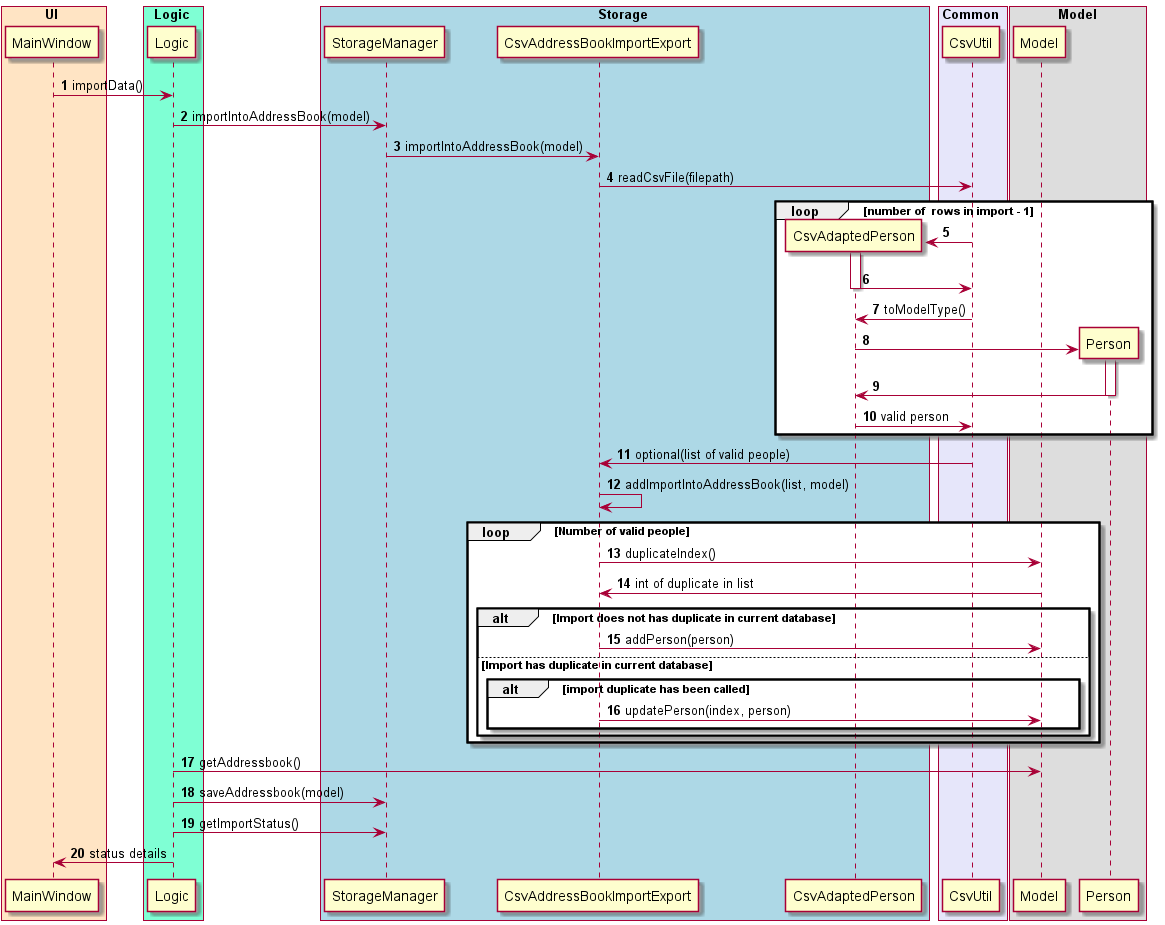
This is docs/images/ImportCsvSequenceDiagram.png from pranav-ganesh/tp, a PlantUML export, as it was before one commit. Its diagram source:
```plantuml
@startuml

autonumber

participant MainWindow
participant Logic
participant CsvAddressBookImportExport
participant CsvUtil

participant CsvAdaptedPerson
participant Model
participant Person

box UI #Bisque
    participant MainWindow
end box


box Logic #AquaMarine
    participant Logic
end box

box Storage #LightBlue
    participant StorageManager
    participant CsvAddressBookImportExport
    participant CsvAdaptedPerson
end box
box Common #Lavender
    participant CsvUtil
end box


box Model
    participant Model
    participant Person
end box




MainWindow -> Logic: importData()
Logic -> StorageManager: importIntoAddressBook(model)
StorageManager -> CsvAddressBookImportExport: importIntoAddressBook(model)

CsvAddressBookImportExport -> CsvUtil: readCsvFile(filepath)

loop number of  rows in import - 1
    create CsvAdaptedPerson
    CsvUtil -> CsvAdaptedPerson
    activate CsvAdaptedPerson

    CsvAdaptedPerson -> CsvUtil
    deactivate CsvAdaptedPerson

    CsvUtil -> CsvAdaptedPerson: toModelType()

    create Person
    CsvAdaptedPerson -> Person
    activate Person
    Person -> CsvAdaptedPerson
    deactivate Person
    CsvUtil <- CsvAdaptedPerson: valid person
    end

CsvAddressBookImportExport <- CsvUtil: optional(list of valid people)
CsvAddressBookImportExport -> CsvAddressBookImportExport: addImportIntoAddressBook(list, model)

loop Number of valid people
    CsvAddressBookImportExport  -> Model : duplicateIndex()

    CsvAddressBookImportExport <- Model : int of duplicate in list
    alt Import does not has duplicate in current database
        CsvAddressBookImportExport ->  Model: addPerson(person)
    else Import has duplicate in current database
        alt import duplicate has been called
                    CsvAddressBookImportExport ->  Model: updatePerson(index, person)
        end
    end
    end

Logic -> Model: getAddressbook()
Logic -> StorageManager: saveAddressbook(model)
Logic -> StorageManager: getImportStatus()

MainWindow <- Logic: status details

@enduml
```
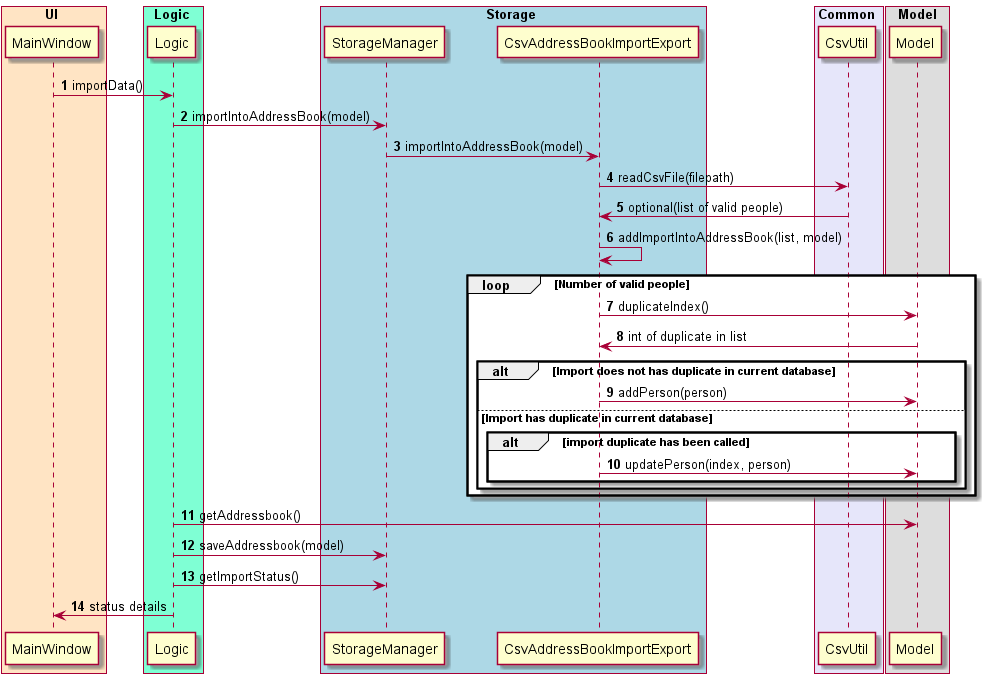
Later version of the same file.

What changed in the source:
```diff
@@ -7,9 +7,9 @@
 participant CsvAddressBookImportExport
 participant CsvUtil
 
-participant CsvAdaptedPerson
+
 participant Model
-participant Person
+
 
 box UI #Bisque
     participant MainWindow
@@ -23,7 +23,6 @@
 box Storage #LightBlue
     participant StorageManager
     participant CsvAddressBookImportExport
-    participant CsvAdaptedPerson
 end box
 box Common #Lavender
     participant CsvUtil
@@ -32,7 +31,6 @@
 
 box Model
     participant Model
-    participant Person
 end box
 
 
@@ -43,24 +41,6 @@
 StorageManager -> CsvAddressBookImportExport: importIntoAddressBook(model)
 
 CsvAddressBookImportExport -> CsvUtil: readCsvFile(filepath)
-
-loop number of  rows in import - 1
-    create CsvAdaptedPerson
-    CsvUtil -> CsvAdaptedPerson
-    activate CsvAdaptedPerson
-
-    CsvAdaptedPerson -> CsvUtil
-    deactivate CsvAdaptedPerson
-
-    CsvUtil -> CsvAdaptedPerson: toModelType()
-
-    create Person
-    CsvAdaptedPerson -> Person
-    activate Person
-    Person -> CsvAdaptedPerson
-    deactivate Person
-    CsvUtil <- CsvAdaptedPerson: valid person
-    end
 
 CsvAddressBookImportExport <- CsvUtil: optional(list of valid people)
 CsvAddressBookImportExport -> CsvAddressBookImportExport: addImportIntoAddressBook(list, model)
```
